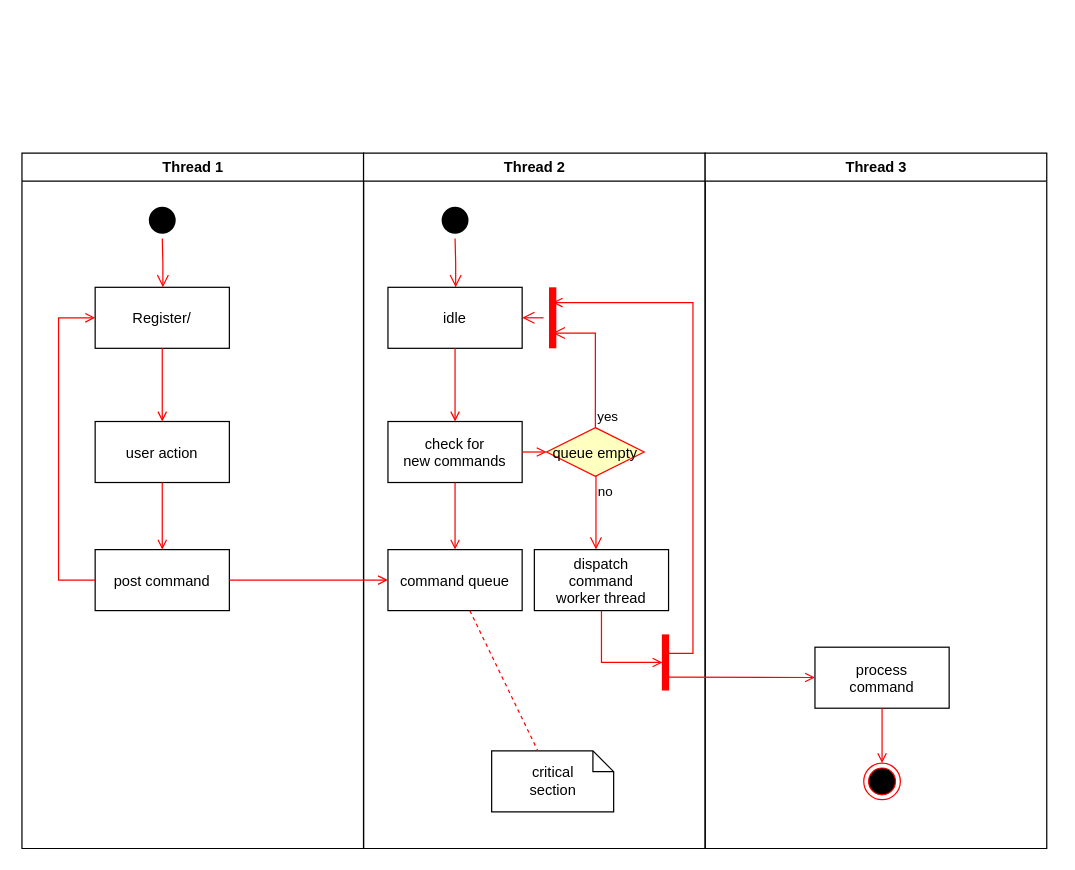
Before: ActivityDiagram v1.drawio in Yash7200/CP-1, a draw.io diagram. Source tidied: cells renumbered, new cells numbered last; positions are measured from the earlier drawing's top-left corner, leaving out a move shared by most shapes. Both pictures are drawn from the tidied source at 122%, with x=0, y=0 at pixel (21, 152).
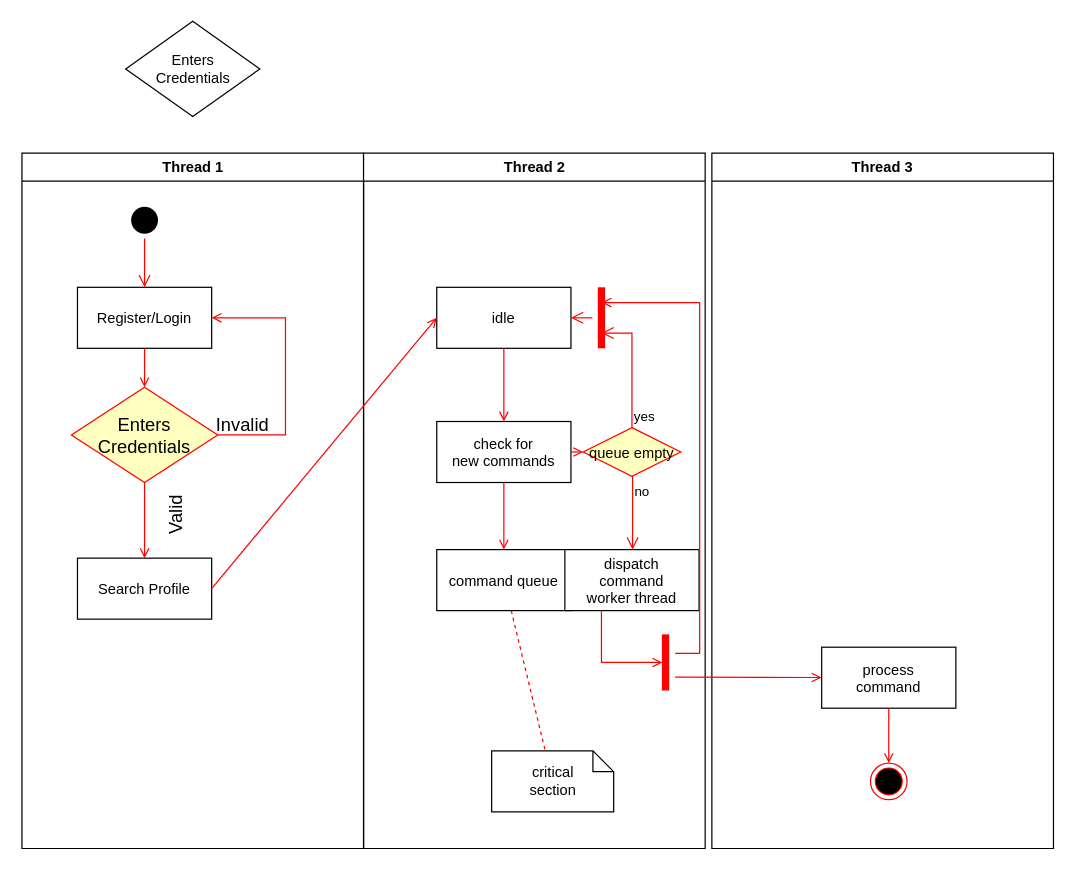
The same page after the edit.

The change refers to these unchanged cells:
```xml
<mxCell id="2" value="Thread 1" style="swimlane;whiteSpace=wrap;swimlaneLine=1;" parent="1" vertex="1">
  <mxGeometry x="0.5" width="280" height="570" as="geometry" />
</mxCell>
<mxCell id="11" value="Thread 2" style="swimlane;whiteSpace=wrap;" parent="1" vertex="1">
  <mxGeometry x="280.5" width="280" height="570" as="geometry" />
</mxCell>
```

Diff of the diagram source:
```diff
@@
     <mxCell id="3" style="ellipse;shape=startState;fillColor=#000000;strokeColor=none;" parent="2" vertex="1">
-      <mxGeometry x="100" y="40" width="30" height="30" as="geometry" />
+      <mxGeometry x="85.5" y="40" width="30" height="30" as="geometry" />
     </mxCell>
@@
-    <mxCell id="5" value="Register/" parent="2" vertex="1">
-      <mxGeometry x="60" y="110" width="110" height="50" as="geometry" />
+    <mxCell id="5" value="Register/Login" parent="2" vertex="1">
+      <mxGeometry x="45.5" y="110" width="110" height="50" as="geometry" />
     </mxCell>
-    <mxCell id="6" value="user action" parent="2" vertex="1">
-      <mxGeometry x="60" y="220" width="110" height="50" as="geometry" />
-    </mxCell>
-    <mxCell id="7" style="endArrow=open;strokeColor=#FF0000;endFill=1;rounded=0;" parent="2" edge="1" source="5" target="6">
+    <mxCell id="7" style="endArrow=open;strokeColor=#FF0000;endFill=1;rounded=0;entryX=0.5;entryY=0;entryDx=0;entryDy=0;" parent="2" edge="1" source="5" target="39">
       <mxGeometry relative="1" as="geometry" />
     </mxCell>
-    <mxCell id="8" value="post command" parent="2" vertex="1">
-      <mxGeometry x="60" y="325" width="110" height="50" as="geometry" />
+    <mxCell id="8" value="Search Profile" parent="2" vertex="1">
+      <mxGeometry x="45.5" y="332" width="110" height="50" as="geometry" />
     </mxCell>
-    <mxCell id="9" style="endArrow=open;strokeColor=#FF0000;endFill=1;rounded=0;" parent="2" edge="1" source="6" target="8">
+    <mxCell id="9" style="endArrow=open;strokeColor=#FF0000;endFill=1;rounded=0;exitX=0.5;exitY=1;exitDx=0;exitDy=0;" parent="2" edge="1" source="39" target="8">
       <mxGeometry relative="1" as="geometry" />
     </mxCell>
-    <mxCell id="10" style="edgeStyle=elbowEdgeStyle;elbow=horizontal;strokeColor=#FF0000;endArrow=open;endFill=1;rounded=0;" parent="2" edge="1" source="8" target="5">
+    <mxCell id="10" style="edgeStyle=elbowEdgeStyle;elbow=horizontal;strokeColor=#FF0000;endArrow=open;endFill=1;rounded=0;exitX=1;exitY=0.5;exitDx=0;exitDy=0;" parent="2" edge="1" source="39" target="5">
       <mxGeometry relative="1" as="geometry">
         <Array as="points">
+          <mxPoint x="216" y="162" />
+          <mxPoint x="246" y="182" />
+          <mxPoint x="196" y="135" />
+          <mxPoint x="36" y="172" />
           <mxPoint x="30" y="250" />
         </Array>
       </mxGeometry>
     </mxCell>
+    <mxCell id="37" value="&lt;font style=&quot;font-size: 15px;&quot;&gt;Invalid&lt;/font&gt;" style="text;html=1;align=center;verticalAlign=middle;strokeColor=none;fillColor=none;" parent="2" vertex="1">
+      <mxGeometry x="145.5" y="207" width="70" height="30" as="geometry" />
+    </mxCell>
+    <mxCell id="38" value="&lt;font style=&quot;font-size: 15px;&quot;&gt;Valid&lt;/font&gt;" style="text;html=1;align=center;verticalAlign=middle;strokeColor=none;fillColor=none;horizontal=0;" parent="2" vertex="1">
+      <mxGeometry x="95.5" y="282" width="60" height="30" as="geometry" />
+    </mxCell>
+    <mxCell id="39" value="&lt;div&gt;Enters&lt;/div&gt;&lt;div&gt;Credentials&lt;br&gt;&lt;/div&gt;" style="rhombus;whiteSpace=wrap;html=1;fillColor=#ffffc0;strokeColor=#ff0000;fontSize=15;" parent="2" vertex="1">
+      <mxGeometry x="40.5" y="192" width="120" height="78" as="geometry" />
+    </mxCell>
@@
-    <mxCell id="12" style="ellipse;shape=startState;fillColor=#000000;strokeColor=none;" parent="11" vertex="1">
-      <mxGeometry x="60" y="40" width="30" height="30" as="geometry" />
-    </mxCell>
-    <mxCell id="13" style="edgeStyle=elbowEdgeStyle;elbow=horizontal;verticalAlign=bottom;endArrow=open;endSize=8;strokeColor=#FF0000;endFill=1;rounded=0;" parent="11" edge="1" source="12" target="14">
-      <mxGeometry x="40" y="20" as="geometry" />
-    </mxCell>
     <mxCell id="14" value="idle" parent="11" vertex="1">
-      <mxGeometry x="20" y="110" width="110" height="50" as="geometry" />
+      <mxGeometry x="60" y="110" width="110" height="50" as="geometry" />
     </mxCell>
     <mxCell id="15" value="check for &#10;new commands" parent="11" vertex="1">
-      <mxGeometry x="20" y="220" width="110" height="50" as="geometry" />
+      <mxGeometry x="60" y="220" width="110" height="50" as="geometry" />
     </mxCell>
@@
     <mxCell id="17" value="command queue" parent="11" vertex="1">
-      <mxGeometry x="20" y="325" width="110" height="50" as="geometry" />
+      <mxGeometry x="60" y="325" width="110" height="50" as="geometry" />
     </mxCell>
@@
     <mxCell id="19" value="queue empty" style="rhombus;fillColor=#ffffc0;strokeColor=#ff0000;" parent="11" vertex="1">
-      <mxGeometry x="150" y="225" width="80" height="40" as="geometry" />
+      <mxGeometry x="180" y="225" width="80" height="40" as="geometry" />
     </mxCell>
-    <mxCell id="20" value="yes" style="edgeStyle=elbowEdgeStyle;elbow=horizontal;align=left;verticalAlign=bottom;endArrow=open;endSize=8;strokeColor=#FF0000;exitX=0.5;exitY=0;endFill=1;rounded=0;entryX=0.75;entryY=0.5;entryPerimeter=0;" parent="11" edge="1" source="19" target="23">
+    <mxCell id="20" value="yes" style="edgeStyle=elbowEdgeStyle;elbow=horizontal;align=left;verticalAlign=bottom;endArrow=open;endSize=8;strokeColor=#FF0000;exitX=0.5;exitY=0;endFill=1;rounded=0;entryX=0.75;entryY=0.5;entryPerimeter=0;entryDx=0;entryDy=0;" parent="11" edge="1" source="19" target="23">
       <mxGeometry x="-1" relative="1" as="geometry">
         <Array as="points">
+          <mxPoint x="220" y="162" />
           <mxPoint x="190" y="180" />
         </Array>
       </mxGeometry>
     </mxCell>
@@
     <mxCell id="23" style="shape=line;strokeWidth=6;strokeColor=#ff0000;rotation=90;" parent="11" vertex="1">
-      <mxGeometry x="130" y="127.5" width="50" height="15" as="geometry" />
+      <mxGeometry x="170" y="127.5" width="50" height="15" as="geometry" />
     </mxCell>
@@
     <mxCell id="25" value="dispatch&#10;command&#10;worker thread" parent="11" vertex="1">
-      <mxGeometry x="140" y="325" width="110" height="50" as="geometry" />
+      <mxGeometry x="165" y="325" width="110" height="50" as="geometry" />
     </mxCell>
@@
     <mxCell id="30" value="Thread 3" style="swimlane;whiteSpace=wrap;" parent="1" vertex="1">
-      <mxGeometry x="560.5" width="280" height="570" as="geometry" />
+      <mxGeometry x="566" width="280" height="570" as="geometry" />
     </mxCell>
@@
-    <mxCell id="36" style="endArrow=open;strokeColor=#FF0000;endFill=1;rounded=0;" parent="1" edge="1" source="8" target="17">
+    <mxCell id="36" style="endArrow=open;strokeColor=#FF0000;endFill=1;rounded=0;entryX=0;entryY=0.5;entryDx=0;entryDy=0;exitX=1;exitY=0.5;exitDx=0;exitDy=0;" parent="1" edge="1" source="8" target="14">
       <mxGeometry relative="1" as="geometry" />
     </mxCell>
+    <mxCell id="40" value="&lt;div&gt;Enters&lt;/div&gt;&lt;div&gt;Credentials&lt;br&gt;&lt;/div&gt;" style="rhombus;whiteSpace=wrap;html=1;verticalAlign=middle;horizontal=1;" parent="1" vertex="1">
+      <mxGeometry x="85.5" y="-108" width="110" height="78" as="geometry" />
+    </mxCell>
```
